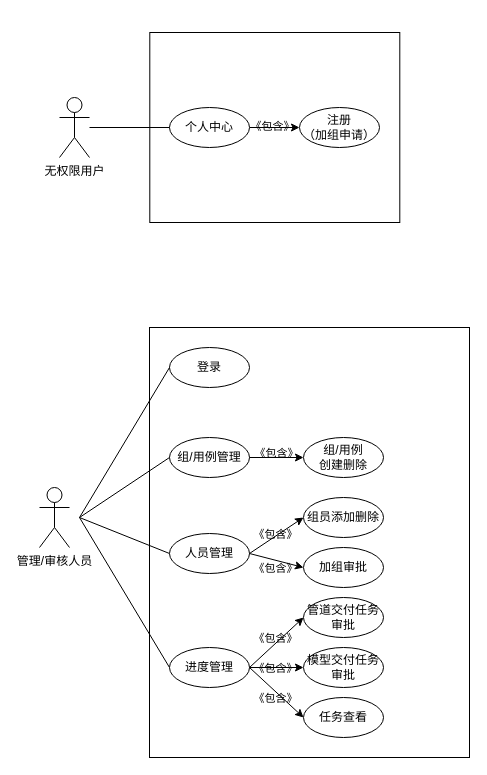
The draw.io diagram Untitled Diagram.drawio in Sequin-hdd/COINFO, before the edit. Source tidied: cells renumbered, new cells numbered last; positions are measured from the earlier drawing's top-left corner, leaving out a move shared by most shapes. Both pictures are drawn from the tidied source at 100%, with x=0, y=0 at pixel (39, 17).
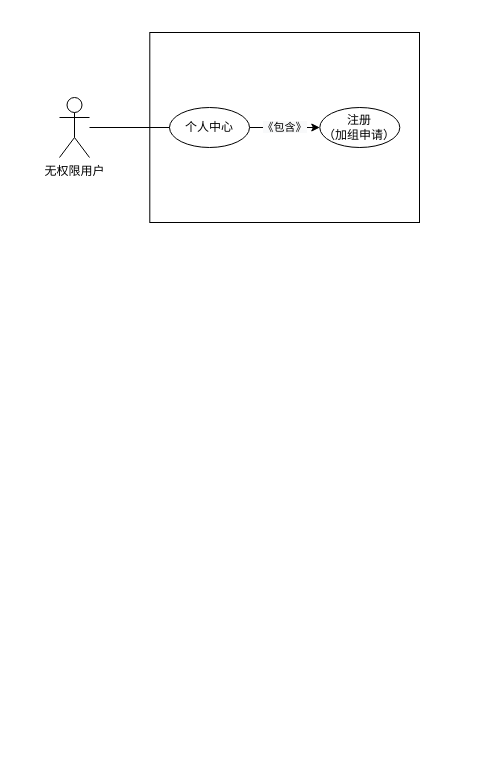
The same page after the edit.

Unchanged cells that the change refers to:
```xml
<mxCell id="5" value="个人中心" style="ellipse;whiteSpace=wrap;html=1;" parent="1" vertex="1">
  <mxGeometry x="130" y="90" width="80" height="40" as="geometry" />
</mxCell>
```

What changed in the source:
```diff
@@
     <mxCell id="2" style="whiteSpace=wrap;html=1;" parent="1" vertex="1">
-      <mxGeometry x="110.3" y="15" width="250" height="190" as="geometry" />
+      <mxGeometry x="110.3" y="15" width="269.7" height="190" as="geometry" />
     </mxCell>
@@
-    <mxCell id="4" style="edgeStyle=orthogonalEdgeStyle;rounded=0;jettySize=auto;html=1;" parent="1" edge="1" source="5" target="22">
+    <mxCell id="4" value="&#10;&#10;&lt;span style=&quot;color: rgb(0, 0, 0); font-family: helvetica; font-size: 11px; font-style: normal; font-weight: 400; letter-spacing: normal; text-align: center; text-indent: 0px; text-transform: none; word-spacing: 0px; background-color: rgb(248, 249, 250); display: inline; float: none;&quot;&gt;《包含》&lt;/span&gt;&#10;&#10;" style="edgeStyle=orthogonalEdgeStyle;rounded=0;jettySize=auto;html=1;" parent="1" edge="1" source="5" target="22">
       <mxGeometry relative="1" as="geometry" />
     </mxCell>
@@
-    <mxCell id="7" value="《包含》" style="edgeLabel;html=1;align=center;verticalAlign=middle;labelBackgroundColor=none;" parent="1" vertex="1">
-      <mxGeometry x="247" as="geometry">
-        <mxPoint x="-15" y="108" as="offset" />
-      </mxGeometry>
-    </mxCell>
-    <mxCell id="8" value="管理/审核人员" style="shape=umlActor;verticalLabelPosition=bottom;verticalAlign=top;html=1;labelBackgroundColor=none;" parent="1" vertex="1">
-      <mxGeometry y="470" width="30" height="60" as="geometry" />
-    </mxCell>
-    <mxCell id="9" style="whiteSpace=wrap;html=1;labelBackgroundColor=none;" parent="1" vertex="1">
-      <mxGeometry x="110" y="310" width="320" height="430" as="geometry" />
-    </mxCell>
-    <mxCell id="10" value="组/用例管理" style="ellipse;whiteSpace=wrap;html=1;" parent="1" vertex="1">
-      <mxGeometry x="130" y="420" width="80" height="40" as="geometry" />
-    </mxCell>
-    <mxCell id="11" value="组/用例&lt;br&gt;创建删除" style="ellipse;whiteSpace=wrap;html=1;" parent="1" vertex="1">
-      <mxGeometry x="264" y="420" width="80" height="40" as="geometry" />
-    </mxCell>
-    <mxCell id="12" value="组员添加删除" style="ellipse;whiteSpace=wrap;html=1;" parent="1" vertex="1">
-      <mxGeometry x="264" y="480" width="80" height="40" as="geometry" />
-    </mxCell>
-    <mxCell id="13" value="加组审批" style="ellipse;whiteSpace=wrap;html=1;" parent="1" vertex="1">
-      <mxGeometry x="264" y="530" width="80" height="40" as="geometry" />
-    </mxCell>
-    <mxCell id="14" value="登录" style="ellipse;whiteSpace=wrap;html=1;" parent="1" vertex="1">
-      <mxGeometry x="130" y="330" width="80" height="40" as="geometry" />
-    </mxCell>
-    <mxCell id="15" style="endArrow=none;html=1;entryX=0;entryY=0.5;entryDx=0;entryDy=0;" parent="1" edge="1" target="14">
-      <mxGeometry relative="1" as="geometry">
-        <mxPoint x="40" y="500" as="sourcePoint" />
-      </mxGeometry>
-    </mxCell>
-    <mxCell id="16" style="endArrow=none;html=1;entryX=0;entryY=0.5;entryDx=0;entryDy=0;" parent="1" edge="1" target="10">
-      <mxGeometry relative="1" as="geometry">
-        <mxPoint x="40" y="500" as="sourcePoint" />
-      </mxGeometry>
-    </mxCell>
-    <mxCell id="17" style="endArrow=none;html=1;entryX=0;entryY=0.5;entryDx=0;entryDy=0;" parent="1" edge="1" target="27">
-      <mxGeometry relative="1" as="geometry">
-        <mxPoint x="40" y="500" as="sourcePoint" />
-      </mxGeometry>
-    </mxCell>
-    <mxCell id="18" style="endArrow=none;html=1;exitX=0;exitY=0.5;exitDx=0;exitDy=0;" parent="1" edge="1" source="23">
-      <mxGeometry relative="1" as="geometry">
-        <mxPoint x="40" y="500" as="targetPoint" />
-      </mxGeometry>
-    </mxCell>
-    <mxCell id="19" style="endArrow=classic;html=1;entryX=0;entryY=0.5;entryDx=0;entryDy=0;exitX=1;exitY=0.5;exitDx=0;exitDy=0;" parent="1" edge="1" source="10" target="11">
-      <mxGeometry relative="1" as="geometry" />
-    </mxCell>
-    <mxCell id="20" style="endArrow=classic;html=1;entryX=0;entryY=0.5;entryDx=0;entryDy=0;exitX=1;exitY=0.5;exitDx=0;exitDy=0;" parent="1" edge="1" source="27" target="29">
-      <mxGeometry relative="1" as="geometry" />
-    </mxCell>
-    <mxCell id="21" value="《包含》" style="edgeLabel;html=1;align=center;verticalAlign=middle;labelBackgroundColor=none;" parent="1" vertex="1">
-      <mxGeometry x="247" y="433" as="geometry">
-        <mxPoint x="-11" y="2" as="offset" />
-      </mxGeometry>
-    </mxCell>
     <mxCell id="22" value="注册&lt;br&gt;（加组申请）" style="ellipse;whiteSpace=wrap;html=1;" parent="1" vertex="1">
-      <mxGeometry x="260" y="90" width="80" height="40" as="geometry" />
+      <mxGeometry x="280.3" y="90" width="80" height="40" as="geometry" />
     </mxCell>
-    <mxCell id="23" value="人员管理" style="ellipse;whiteSpace=wrap;html=1;" parent="1" vertex="1">
-      <mxGeometry x="130" y="516" width="80" height="40" as="geometry" />
-    </mxCell>
-    <mxCell id="24" style="endArrow=classic;html=1;entryX=0;entryY=0.5;entryDx=0;entryDy=0;exitX=1;exitY=0.5;exitDx=0;exitDy=0;" parent="1" edge="1" source="23" target="13">
-      <mxGeometry relative="1" as="geometry" />
-    </mxCell>
-    <mxCell id="25" style="endArrow=classic;html=1;exitX=1;exitY=0.5;exitDx=0;exitDy=0;entryX=0;entryY=0.5;entryDx=0;entryDy=0;" parent="1" edge="1" source="23" target="12">
-      <mxGeometry relative="1" as="geometry" />
-    </mxCell>
-    <mxCell id="26" style="edgeStyle=orthogonalEdgeStyle;rounded=0;jettySize=auto;html=1;" parent="1" edge="1" source="27" target="35">
-      <mxGeometry relative="1" as="geometry" />
-    </mxCell>
-    <mxCell id="27" value="进度管理" style="ellipse;whiteSpace=wrap;html=1;" parent="1" vertex="1">
-      <mxGeometry x="130" y="630" width="80" height="40" as="geometry" />
-    </mxCell>
-    <mxCell id="28" value="管道交付任务审批" style="ellipse;whiteSpace=wrap;html=1;" parent="1" vertex="1">
-      <mxGeometry x="264" y="580" width="80" height="40" as="geometry" />
-    </mxCell>
-    <mxCell id="29" value="任务查看" style="ellipse;whiteSpace=wrap;html=1;" parent="1" vertex="1">
-      <mxGeometry x="264" y="680" width="80" height="40" as="geometry" />
-    </mxCell>
-    <mxCell id="30" style="endArrow=classic;html=1;entryX=0;entryY=0.5;entryDx=0;entryDy=0;exitX=1;exitY=0.5;exitDx=0;exitDy=0;" parent="1" edge="1" source="27" target="28">
-      <mxGeometry x="240" y="920" as="geometry" />
-    </mxCell>
-    <mxCell id="31" value="《包含》" style="edgeLabel;html=1;align=center;verticalAlign=middle;labelBackgroundColor=none;" parent="1" vertex="1">
-      <mxGeometry x="235.3" y="680" as="geometry" />
-    </mxCell>
-    <mxCell id="32" value="《包含》" style="edgeLabel;html=1;align=center;verticalAlign=middle;labelBackgroundColor=none;" parent="1" vertex="1">
-      <mxGeometry x="235.3" y="620" as="geometry" />
-    </mxCell>
-    <mxCell id="33" value="《包含》" style="edgeLabel;html=1;align=center;verticalAlign=middle;labelBackgroundColor=none;" parent="1" vertex="1">
-      <mxGeometry x="235.3" y="550" as="geometry" />
-    </mxCell>
-    <mxCell id="34" value="《包含》" style="edgeLabel;html=1;align=center;verticalAlign=middle;labelBackgroundColor=none;" parent="1" vertex="1">
-      <mxGeometry x="235.3" y="516" as="geometry" />
-    </mxCell>
-    <mxCell id="35" value="模型交付任务审批" style="ellipse;whiteSpace=wrap;html=1;" parent="1" vertex="1">
-      <mxGeometry x="264" y="630" width="80" height="40" as="geometry" />
-    </mxCell>
-    <mxCell id="36" value="《包含》" style="edgeLabel;html=1;align=center;verticalAlign=middle;labelBackgroundColor=none;" parent="1" vertex="1">
-      <mxGeometry x="235.3" y="650" as="geometry" />
-    </mxCell>
```
